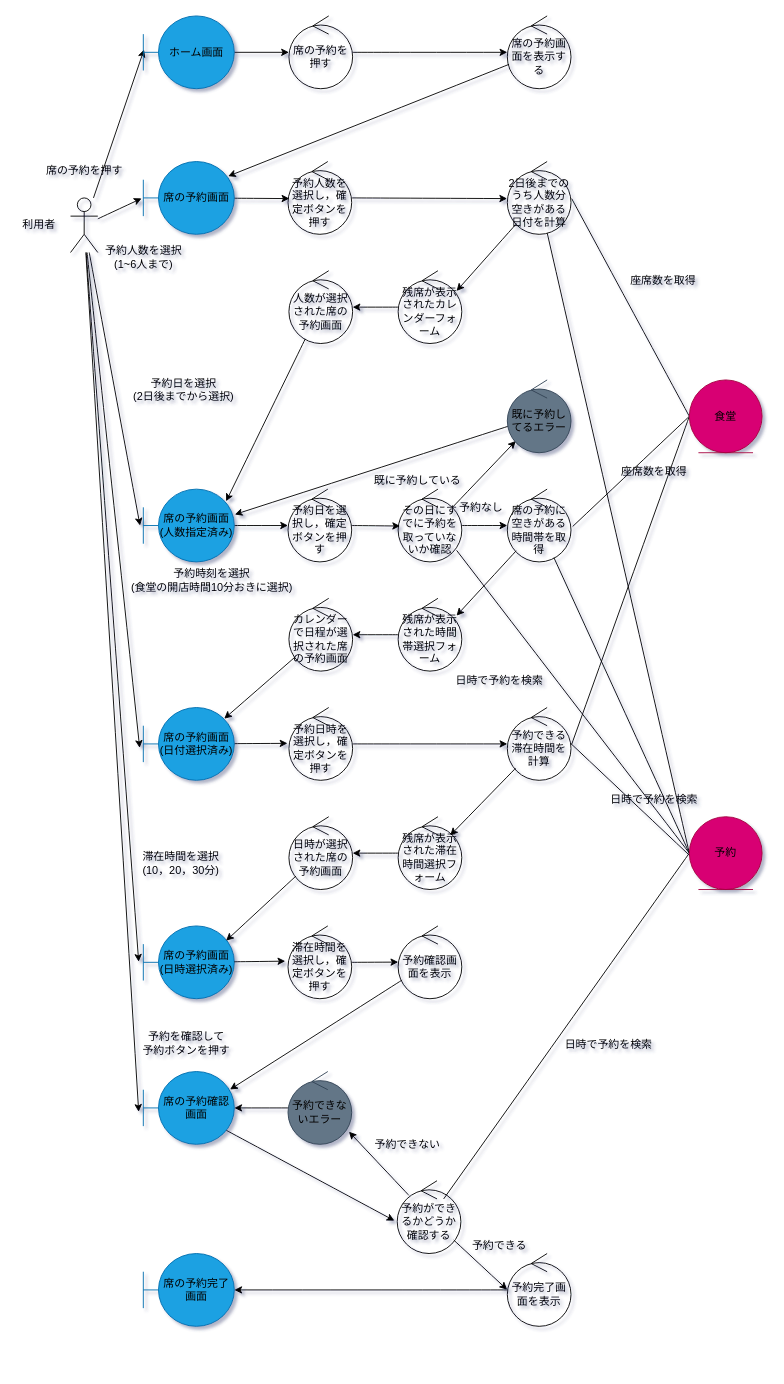
The draw.io diagram CaptainLunch/anarysis/robustness_user_reservation.drawio in 10matcho27/Avengers, before the edit. Source tidied: cells renumbered, new cells numbered last; positions are measured from the earlier drawing's top-left corner, leaving out a move shared by most shapes. Both pictures are drawn from the tidied source at 91%, with x=0, y=0 at pixel (15, 15).
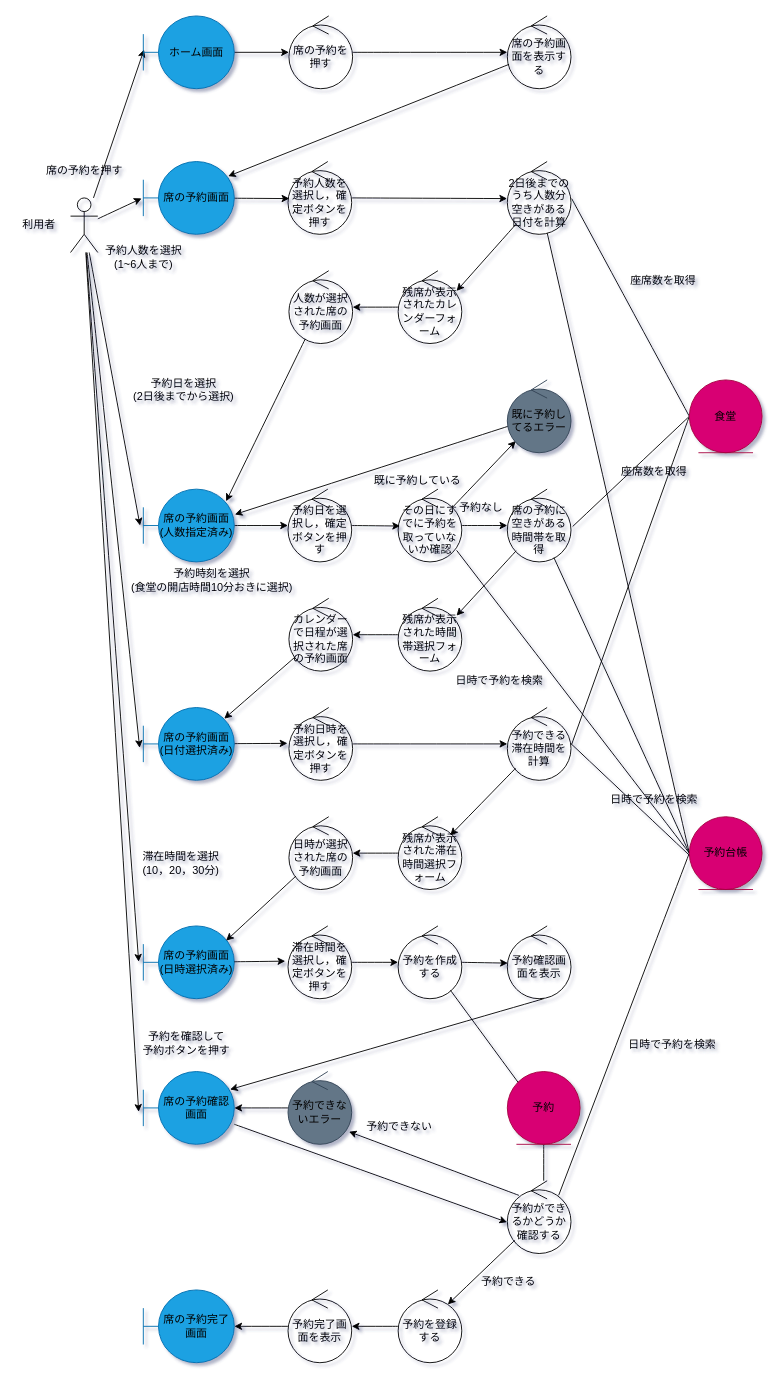
After the change.

Commit message (it also covers changes not shown here):
予約の作成・登録当たりを微修正

The change refers to these unchanged cells:
```xml
<mxCell id="61" value="&lt;font color=&quot;#000000&quot;&gt;席の予約確認画面&lt;br&gt;&lt;/font&gt;" style="shape=umlBoundary;whiteSpace=wrap;html=1;fillColor=#1ba1e2;fontColor=#ffffff;strokeColor=#006EAF;" parent="1" vertex="1">
  <mxGeometry x="140" y="1160" width="100" height="80" as="geometry" />
</mxCell>
<mxCell id="83" value="滞在時間を選択し，確定ボタンを押す" style="ellipse;shape=umlControl;whiteSpace=wrap;html=1;fontColor=#000000;strokeColor=#000000;fillColor=none;" parent="1" vertex="1">
  <mxGeometry x="299" y="1000" width="70" height="80" as="geometry" />
</mxCell>
```

What changed in the source:
```diff
@@
-    <mxCell id="25" style="edgeStyle=none;shape=connector;curved=1;rounded=1;html=1;exitX=0;exitY=0.5;exitDx=0;exitDy=0;entryX=0.729;entryY=0.25;entryDx=0;entryDy=0;entryPerimeter=0;labelBackgroundColor=none;fontFamily=Helvetica;fontSize=12;fontColor=#000000;endArrow=none;endFill=0;strokeColor=#000000;" parent="1" edge="1" source="26" target="64">
+    <mxCell id="25" style="edgeStyle=none;shape=connector;curved=1;rounded=1;html=1;exitX=0;exitY=0.5;exitDx=0;exitDy=0;entryX=0.806;entryY=0.201;entryDx=0;entryDy=0;entryPerimeter=0;labelBackgroundColor=none;fontFamily=Helvetica;fontSize=12;fontColor=#000000;endArrow=none;endFill=0;strokeColor=#000000;" parent="1" edge="1" source="26" target="64">
       <mxGeometry relative="1" as="geometry" />
     </mxCell>
-    <mxCell id="26" value="&lt;font color=&quot;#000000&quot;&gt;予約&lt;/font&gt;" style="ellipse;shape=umlEntity;whiteSpace=wrap;html=1;fontFamily=Helvetica;fontSize=12;fontColor=#ffffff;strokeColor=#A50040;fillColor=#d80073;" parent="1" vertex="1">
+    <mxCell id="26" value="&lt;font color=&quot;#000000&quot;&gt;予約台帳&lt;/font&gt;" style="ellipse;shape=umlEntity;whiteSpace=wrap;html=1;fontFamily=Helvetica;fontSize=12;fontColor=#ffffff;strokeColor=#A50040;fillColor=#d80073;" parent="1" vertex="1">
       <mxGeometry x="740" y="880" width="80" height="80" as="geometry" />
     </mxCell>
@@
-    <mxCell id="60" style="edgeStyle=none;shape=connector;curved=1;rounded=1;html=1;entryX=-0.044;entryY=0.549;entryDx=0;entryDy=0;entryPerimeter=0;labelBackgroundColor=none;fontFamily=Helvetica;fontSize=12;fontColor=#000000;endArrow=classic;endFill=1;strokeColor=#000000;exitX=0.911;exitY=0.807;exitDx=0;exitDy=0;exitPerimeter=0;" parent="1" edge="1" source="61" target="64">
+    <mxCell id="60" style="edgeStyle=none;shape=connector;curved=1;rounded=1;html=1;entryX=-0.004;entryY=0.57;entryDx=0;entryDy=0;entryPerimeter=0;labelBackgroundColor=none;fontFamily=Helvetica;fontSize=12;fontColor=#000000;endArrow=classic;endFill=1;strokeColor=#000000;" parent="1" edge="1" source="61" target="64">
       <mxGeometry relative="1" as="geometry" />
     </mxCell>
@@
-    <mxCell id="63" style="edgeStyle=none;shape=connector;curved=1;rounded=1;html=1;entryX=-0.003;entryY=0.496;entryDx=0;entryDy=0;entryPerimeter=0;labelBackgroundColor=none;fontFamily=Helvetica;fontSize=12;fontColor=#000000;endArrow=classic;endFill=1;strokeColor=#000000;" parent="1" edge="1" source="64" target="72">
-      <mxGeometry relative="1" as="geometry" />
-    </mxCell>
+    <mxCell id="92" style="edgeStyle=none;shape=connector;curved=1;rounded=1;html=1;entryX=0.78;entryY=0.199;entryDx=0;entryDy=0;entryPerimeter=0;labelBackgroundColor=none;fontFamily=Helvetica;fontSize=12;fontColor=#000000;endArrow=classic;endFill=1;strokeColor=#000000;" parent="1" edge="1" source="64" target="99">
+      <mxGeometry relative="1" as="geometry" />
+    </mxCell>
     <mxCell id="64" value="予約ができるかどうか確認する" style="ellipse;shape=umlControl;whiteSpace=wrap;html=1;labelBackgroundColor=none;fontFamily=Helvetica;fontSize=12;fontColor=#000000;fillColor=none;gradientColor=none;strokeColor=#000000;" parent="1" vertex="1">
-      <mxGeometry x="419" y="1280" width="70" height="80" as="geometry" />
+      <mxGeometry x="540" y="1280" width="70" height="80" as="geometry" />
     </mxCell>
@@
     <mxCell id="67" value="予約できない" style="edgeLabel;html=1;align=center;verticalAlign=middle;fontSize=12;fontFamily=Helvetica;fontColor=#000000;labelBackgroundColor=none;" parent="1" vertex="1">
-      <mxGeometry x="429" y="1240" as="geometry" />
+      <mxGeometry x="420" y="1220" as="geometry" />
     </mxCell>
-    <mxCell id="68" style="edgeStyle=none;shape=connector;curved=1;rounded=1;html=1;entryX=0.953;entryY=0.247;entryDx=0;entryDy=0;entryPerimeter=0;labelBackgroundColor=none;fontFamily=Helvetica;fontSize=12;fontColor=#000000;endArrow=classic;endFill=1;strokeColor=#000000;" parent="1" edge="1" source="69" target="61">
+    <mxCell id="68" style="edgeStyle=none;shape=connector;curved=1;rounded=1;html=1;entryX=0.953;entryY=0.247;entryDx=0;entryDy=0;entryPerimeter=0;labelBackgroundColor=none;fontFamily=Helvetica;fontSize=12;fontColor=#000000;endArrow=classic;endFill=1;strokeColor=#000000;exitX=0.571;exitY=1;exitDx=0;exitDy=0;exitPerimeter=0;" parent="1" edge="1" source="69" target="61">
       <mxGeometry relative="1" as="geometry" />
     </mxCell>
     <mxCell id="69" value="予約確認画面を表示" style="ellipse;shape=umlControl;whiteSpace=wrap;html=1;labelBackgroundColor=none;fontFamily=Helvetica;fontSize=12;fontColor=#000000;fillColor=none;gradientColor=none;strokeColor=#000000;" parent="1" vertex="1">
-      <mxGeometry x="420" y="1000" width="70" height="80" as="geometry" />
+      <mxGeometry x="540" y="1000" width="70" height="80" as="geometry" />
     </mxCell>
@@
     <mxCell id="72" value="予約完了画面を表示" style="ellipse;shape=umlControl;whiteSpace=wrap;html=1;labelBackgroundColor=none;fontFamily=Helvetica;fontSize=12;fontColor=#000000;fillColor=none;gradientColor=none;strokeColor=#000000;" parent="1" vertex="1">
-      <mxGeometry x="540" y="1360" width="70" height="80" as="geometry" />
+      <mxGeometry x="299" y="1400" width="70" height="80" as="geometry" />
     </mxCell>
     <mxCell id="73" value="予約できる" style="edgeLabel;html=1;align=center;verticalAlign=middle;fontSize=12;fontFamily=Helvetica;fontColor=#000000;labelBackgroundColor=none;" parent="1" vertex="1">
-      <mxGeometry x="530" y="1350" as="geometry" />
+      <mxGeometry x="540" y="1390" as="geometry" />
     </mxCell>
     <mxCell id="74" value="&lt;font color=&quot;#000000&quot;&gt;席の予約完了画面&lt;br&gt;&lt;/font&gt;" style="shape=umlBoundary;whiteSpace=wrap;html=1;fillColor=#1ba1e2;fontColor=#ffffff;strokeColor=#006EAF;" parent="1" vertex="1">
-      <mxGeometry x="140" y="1360" width="100" height="80" as="geometry" />
+      <mxGeometry x="140" y="1400" width="100" height="80" as="geometry" />
     </mxCell>
     <mxCell id="75" value="日時で予約を検索" style="edgeLabel;html=1;align=center;verticalAlign=middle;fontSize=12;fontFamily=Helvetica;fontColor=#000000;labelBackgroundColor=none;" parent="1" vertex="1">
-      <mxGeometry x="650" y="1130" as="geometry" />
+      <mxGeometry x="720" y="1130" as="geometry" />
     </mxCell>
@@
-    <mxCell id="82" style="edgeStyle=none;shape=connector;curved=1;rounded=1;html=1;entryX=0.002;entryY=0.497;entryDx=0;entryDy=0;entryPerimeter=0;labelBackgroundColor=none;fontFamily=Helvetica;fontSize=12;fontColor=#000000;endArrow=classic;endFill=1;strokeColor=#000000;" parent="1" edge="1" source="83" target="69">
+    <mxCell id="82" style="edgeStyle=none;shape=connector;curved=1;rounded=1;html=1;entryX=0;entryY=0.5;entryDx=0;entryDy=0;entryPerimeter=0;labelBackgroundColor=none;fontFamily=Helvetica;fontSize=12;fontColor=#000000;endArrow=classic;endFill=1;strokeColor=#000000;" parent="1" edge="1" source="83" target="97">
       <mxGeometry relative="1" as="geometry" />
     </mxCell>
@@
+    <mxCell id="93" style="edgeStyle=none;shape=connector;curved=1;rounded=1;html=1;exitX=0.5;exitY=1;exitDx=0;exitDy=0;labelBackgroundColor=none;fontFamily=Helvetica;fontSize=12;fontColor=#000000;endArrow=none;endFill=0;strokeColor=#000000;" parent="1" edge="1" source="94">
+      <mxGeometry relative="1" as="geometry">
+        <mxPoint x="580" y="1280" as="targetPoint" />
+      </mxGeometry>
+    </mxCell>
+    <mxCell id="94" value="&lt;font color=&quot;#000000&quot;&gt;予約&lt;/font&gt;" style="ellipse;shape=umlEntity;whiteSpace=wrap;html=1;fontFamily=Helvetica;fontSize=12;fontColor=#ffffff;strokeColor=#A50040;fillColor=#d80073;" parent="1" vertex="1">
+      <mxGeometry x="540" y="1160" width="80" height="80" as="geometry" />
+    </mxCell>
+    <mxCell id="95" style="edgeStyle=none;shape=connector;curved=1;rounded=1;html=1;entryX=0.008;entryY=0.511;entryDx=0;entryDy=0;entryPerimeter=0;labelBackgroundColor=none;fontFamily=Helvetica;fontSize=12;fontColor=#000000;endArrow=classic;endFill=1;strokeColor=#000000;" parent="1" edge="1" source="97" target="69">
+      <mxGeometry relative="1" as="geometry" />
+    </mxCell>
+    <mxCell id="96" style="edgeStyle=none;shape=connector;curved=1;rounded=1;html=1;entryX=0;entryY=0;entryDx=0;entryDy=0;labelBackgroundColor=none;fontFamily=Helvetica;fontSize=12;fontColor=#000000;endArrow=none;endFill=0;strokeColor=#000000;" parent="1" edge="1" source="97" target="94">
+      <mxGeometry relative="1" as="geometry" />
+    </mxCell>
+    <mxCell id="97" value="予約を作成する" style="ellipse;shape=umlControl;whiteSpace=wrap;html=1;fontColor=#000000;strokeColor=#000000;fillColor=none;" parent="1" vertex="1">
+      <mxGeometry x="420" y="1000" width="70" height="80" as="geometry" />
+    </mxCell>
+    <mxCell id="98" style="edgeStyle=none;shape=connector;curved=1;rounded=1;html=1;labelBackgroundColor=none;fontFamily=Helvetica;fontSize=12;fontColor=#000000;endArrow=classic;endFill=1;strokeColor=#000000;" parent="1" edge="1" source="99" target="72">
+      <mxGeometry relative="1" as="geometry" />
+    </mxCell>
+    <mxCell id="99" value="予約を登録する" style="ellipse;shape=umlControl;whiteSpace=wrap;html=1;labelBackgroundColor=none;fontFamily=Helvetica;fontSize=12;fontColor=#000000;fillColor=none;gradientColor=none;strokeColor=#000000;" parent="1" vertex="1">
+      <mxGeometry x="420" y="1400" width="70" height="80" as="geometry" />
+    </mxCell>
```
